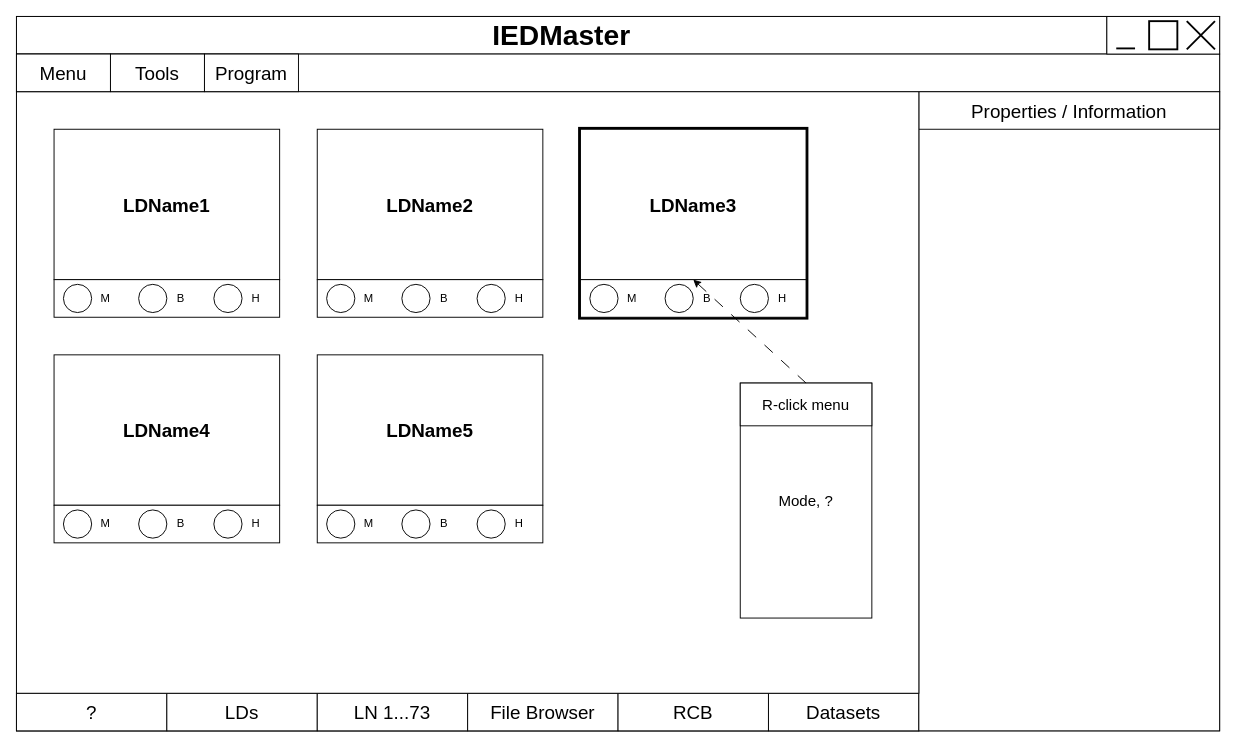
The draw.io diagram page "GUI LD" (2 of 11) of docs/Architecture.drawio in Rustam12345m/IEDClient, before the edit. Source tidied: cells renumbered, new cells numbered last; positions are measured from the earlier drawing's top-left corner, leaving out a move shared by most shapes. Both pictures are drawn from the tidied source at 94%, with x=0, y=0 at pixel (16, 16).
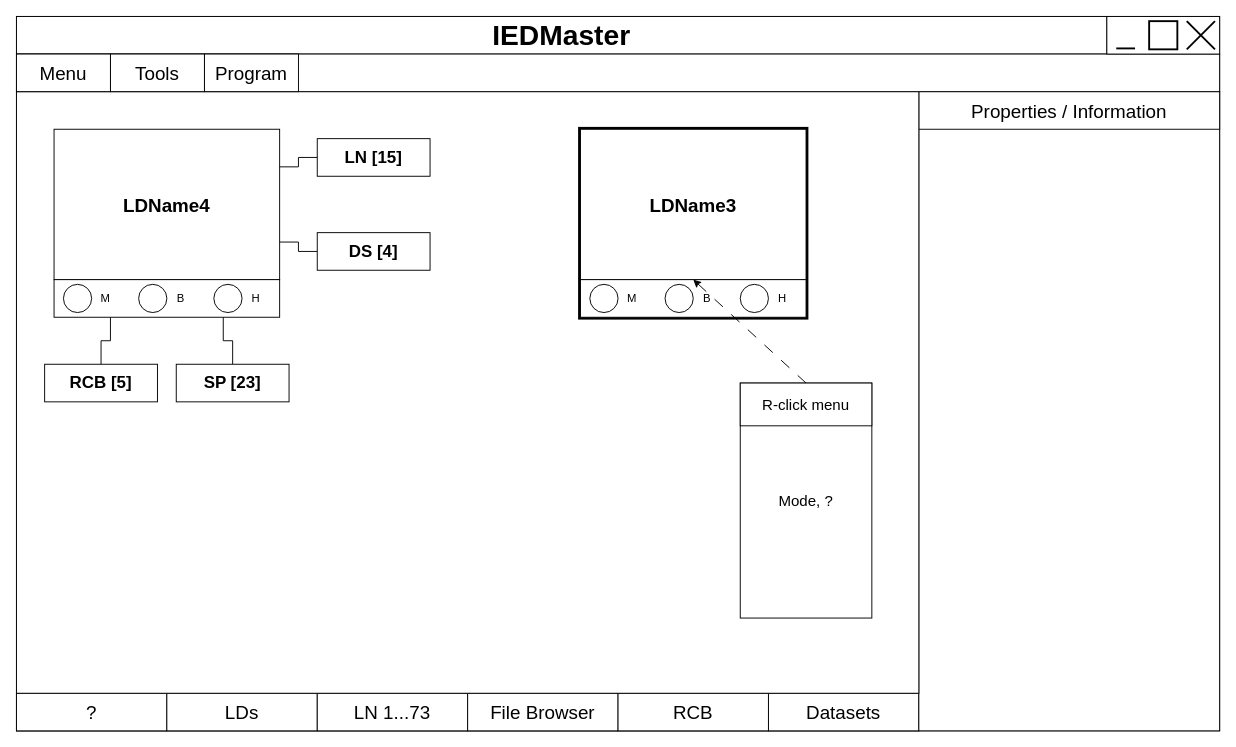
Above is the later version.

Unchanged cells that the change refers to:
```xml
<mxCell id="53" value="&lt;font style=&quot;font-size: 20px;&quot;&gt;&lt;b&gt;LDName3&lt;/b&gt;&lt;/font&gt;" style="rounded=0;whiteSpace=wrap;html=1;" parent="52" vertex="1">
  <mxGeometry width="240" height="160" as="geometry" />
</mxCell>
<mxCell id="65" value="&lt;font style=&quot;font-size: 20px;&quot;&gt;&lt;b&gt;LDName4&lt;/b&gt;&lt;/font&gt;" style="rounded=0;whiteSpace=wrap;html=1;" parent="64" vertex="1">
  <mxGeometry width="240" height="160" as="geometry" />
</mxCell>
<mxCell id="66" style="rounded=0;whiteSpace=wrap;html=1;" parent="64" vertex="1">
  <mxGeometry y="160" width="240" height="40" as="geometry" />
</mxCell>
```

What changed in the source:
```diff
@@
-    <mxCell id="28" style="group;" parent="1" vertex="1">
-      <mxGeometry x="40" y="120" width="240" height="200" as="geometry" />
-    </mxCell>
-    <mxCell id="29" value="&lt;font style=&quot;font-size: 20px;&quot;&gt;&lt;b&gt;LDName1&lt;/b&gt;&lt;/font&gt;" style="rounded=0;whiteSpace=wrap;html=1;" parent="28" vertex="1">
-      <mxGeometry width="240" height="160" as="geometry" />
-    </mxCell>
-    <mxCell id="30" style="rounded=0;whiteSpace=wrap;html=1;" parent="28" vertex="1">
-      <mxGeometry y="160" width="240" height="40" as="geometry" />
-    </mxCell>
-    <mxCell id="31" style="group;" parent="28" vertex="1">
-      <mxGeometry x="10" y="160" width="60" height="40" as="geometry" />
-    </mxCell>
-    <mxCell id="32" style="ellipse;whiteSpace=wrap;html=1;" parent="31" vertex="1">
-      <mxGeometry y="5" width="30" height="30" as="geometry" />
-    </mxCell>
-    <mxCell id="33" value="M" style="text;html=1;strokeColor=none;fillColor=none;align=center;verticalAlign=middle;whiteSpace=wrap;rounded=0;" parent="31" vertex="1">
-      <mxGeometry x="30" width="30" height="40" as="geometry" />
-    </mxCell>
-    <mxCell id="34" style="group;" parent="28" vertex="1">
-      <mxGeometry x="90" y="160" width="60" height="40" as="geometry" />
-    </mxCell>
-    <mxCell id="35" style="ellipse;whiteSpace=wrap;html=1;" parent="34" vertex="1">
-      <mxGeometry y="5" width="30" height="30" as="geometry" />
-    </mxCell>
-    <mxCell id="36" value="B" style="text;html=1;strokeColor=none;fillColor=none;align=center;verticalAlign=middle;whiteSpace=wrap;rounded=0;" parent="34" vertex="1">
-      <mxGeometry x="30" width="30" height="40" as="geometry" />
-    </mxCell>
-    <mxCell id="37" style="group;" parent="28" vertex="1">
-      <mxGeometry x="170" y="160" width="60" height="40" as="geometry" />
-    </mxCell>
-    <mxCell id="38" style="ellipse;whiteSpace=wrap;html=1;" parent="37" vertex="1">
-      <mxGeometry y="5" width="30" height="30" as="geometry" />
-    </mxCell>
-    <mxCell id="39" value="H" style="text;html=1;strokeColor=none;fillColor=none;align=center;verticalAlign=middle;whiteSpace=wrap;rounded=0;" parent="37" vertex="1">
-      <mxGeometry x="30" width="30" height="40" as="geometry" />
-    </mxCell>
-    <mxCell id="40" style="group;" parent="1" vertex="1">
-      <mxGeometry x="320" y="120" width="240" height="200" as="geometry" />
-    </mxCell>
-    <mxCell id="41" value="&lt;font style=&quot;font-size: 20px;&quot;&gt;&lt;b&gt;LDName2&lt;/b&gt;&lt;/font&gt;" style="rounded=0;whiteSpace=wrap;html=1;" parent="40" vertex="1">
-      <mxGeometry width="240" height="160" as="geometry" />
-    </mxCell>
-    <mxCell id="42" style="rounded=0;whiteSpace=wrap;html=1;" parent="40" vertex="1">
-      <mxGeometry y="160" width="240" height="40" as="geometry" />
-    </mxCell>
-    <mxCell id="43" style="group;" parent="40" vertex="1">
-      <mxGeometry x="10" y="160" width="60" height="40" as="geometry" />
-    </mxCell>
-    <mxCell id="44" style="ellipse;whiteSpace=wrap;html=1;" parent="43" vertex="1">
-      <mxGeometry y="5" width="30" height="30" as="geometry" />
-    </mxCell>
-    <mxCell id="45" value="M" style="text;html=1;strokeColor=none;fillColor=none;align=center;verticalAlign=middle;whiteSpace=wrap;rounded=0;" parent="43" vertex="1">
-      <mxGeometry x="30" width="30" height="40" as="geometry" />
-    </mxCell>
-    <mxCell id="46" style="group;" parent="40" vertex="1">
-      <mxGeometry x="90" y="160" width="60" height="40" as="geometry" />
-    </mxCell>
-    <mxCell id="47" style="ellipse;whiteSpace=wrap;html=1;" parent="46" vertex="1">
-      <mxGeometry y="5" width="30" height="30" as="geometry" />
-    </mxCell>
-    <mxCell id="48" value="B" style="text;html=1;strokeColor=none;fillColor=none;align=center;verticalAlign=middle;whiteSpace=wrap;rounded=0;" parent="46" vertex="1">
-      <mxGeometry x="30" width="30" height="40" as="geometry" />
-    </mxCell>
-    <mxCell id="49" style="group;" parent="40" vertex="1">
-      <mxGeometry x="170" y="160" width="60" height="40" as="geometry" />
-    </mxCell>
-    <mxCell id="50" style="ellipse;whiteSpace=wrap;html=1;" parent="49" vertex="1">
-      <mxGeometry y="5" width="30" height="30" as="geometry" />
-    </mxCell>
-    <mxCell id="51" value="H" style="text;html=1;strokeColor=none;fillColor=none;align=center;verticalAlign=middle;whiteSpace=wrap;rounded=0;" parent="49" vertex="1">
-      <mxGeometry x="30" width="30" height="40" as="geometry" />
-    </mxCell>
@@
+    <mxCell id="88" style="group;strokeColor=none;dashed=1;" parent="1" vertex="1">
+      <mxGeometry x="770" y="390" width="140" height="250" as="geometry" />
+    </mxCell>
+    <mxCell id="89" value="&lt;font style=&quot;font-size: 16px;&quot;&gt;Mode, ?&lt;/font&gt;" style="rounded=0;whiteSpace=wrap;html=1;" parent="88" vertex="1">
+      <mxGeometry width="140" height="250" as="geometry" />
+    </mxCell>
+    <mxCell id="90" value="&lt;font style=&quot;font-size: 16px;&quot;&gt;R-click menu&lt;/font&gt;" style="rounded=0;whiteSpace=wrap;html=1;" parent="88" vertex="1">
+      <mxGeometry width="140" height="45.5" as="geometry" />
+    </mxCell>
+    <mxCell id="91" style="rounded=0;jettySize=auto;html=1;exitX=0.5;exitY=0;exitDx=0;exitDy=0;entryX=0.5;entryY=1;entryDx=0;entryDy=0;dashed=1;dashPattern=12 12;" parent="1" edge="1" source="90" target="53">
+      <mxGeometry relative="1" as="geometry" />
+    </mxCell>
+    <mxCell id="92" style="group;" parent="1" vertex="1">
+      <mxGeometry x="30" y="120" width="410" height="290" as="geometry" />
+    </mxCell>
-    <mxCell id="64" style="group;" parent="1" vertex="1">
-      <mxGeometry x="40" y="360" width="240" height="200" as="geometry" />
+    <mxCell id="64" style="group;" parent="92" vertex="1">
+      <mxGeometry x="10" width="240" height="200" as="geometry" />
     </mxCell>
@@
-    <mxCell id="76" style="group;" parent="1" vertex="1">
-      <mxGeometry x="320" y="360" width="240" height="200" as="geometry" />
-    </mxCell>
-    <mxCell id="77" value="&lt;font style=&quot;font-size: 20px;&quot;&gt;&lt;b&gt;LDName5&lt;/b&gt;&lt;/font&gt;" style="rounded=0;whiteSpace=wrap;html=1;" parent="76" vertex="1">
-      <mxGeometry width="240" height="160" as="geometry" />
-    </mxCell>
-    <mxCell id="78" style="rounded=0;whiteSpace=wrap;html=1;" parent="76" vertex="1">
-      <mxGeometry y="160" width="240" height="40" as="geometry" />
-    </mxCell>
-    <mxCell id="79" style="group;" parent="76" vertex="1">
-      <mxGeometry x="10" y="160" width="60" height="40" as="geometry" />
-    </mxCell>
-    <mxCell id="80" style="ellipse;whiteSpace=wrap;html=1;" parent="79" vertex="1">
-      <mxGeometry y="5" width="30" height="30" as="geometry" />
-    </mxCell>
-    <mxCell id="81" value="M" style="text;html=1;strokeColor=none;fillColor=none;align=center;verticalAlign=middle;whiteSpace=wrap;rounded=0;" parent="79" vertex="1">
-      <mxGeometry x="30" width="30" height="40" as="geometry" />
-    </mxCell>
-    <mxCell id="82" style="group;" parent="76" vertex="1">
-      <mxGeometry x="90" y="160" width="60" height="40" as="geometry" />
-    </mxCell>
-    <mxCell id="83" style="ellipse;whiteSpace=wrap;html=1;" parent="82" vertex="1">
-      <mxGeometry y="5" width="30" height="30" as="geometry" />
-    </mxCell>
-    <mxCell id="84" value="B" style="text;html=1;strokeColor=none;fillColor=none;align=center;verticalAlign=middle;whiteSpace=wrap;rounded=0;" parent="82" vertex="1">
-      <mxGeometry x="30" width="30" height="40" as="geometry" />
-    </mxCell>
-    <mxCell id="85" style="group;" parent="76" vertex="1">
-      <mxGeometry x="170" y="160" width="60" height="40" as="geometry" />
-    </mxCell>
-    <mxCell id="86" style="ellipse;whiteSpace=wrap;html=1;" parent="85" vertex="1">
-      <mxGeometry y="5" width="30" height="30" as="geometry" />
-    </mxCell>
-    <mxCell id="87" value="H" style="text;html=1;strokeColor=none;fillColor=none;align=center;verticalAlign=middle;whiteSpace=wrap;rounded=0;" parent="85" vertex="1">
-      <mxGeometry x="30" width="30" height="40" as="geometry" />
-    </mxCell>
-    <mxCell id="88" style="group;strokeColor=none;dashed=1;" parent="1" vertex="1">
-      <mxGeometry x="770" y="390" width="140" height="250" as="geometry" />
-    </mxCell>
-    <mxCell id="89" value="&lt;font style=&quot;font-size: 16px;&quot;&gt;Mode, ?&lt;/font&gt;" style="rounded=0;whiteSpace=wrap;html=1;" parent="88" vertex="1">
-      <mxGeometry width="140" height="250" as="geometry" />
-    </mxCell>
-    <mxCell id="90" value="&lt;font style=&quot;font-size: 16px;&quot;&gt;R-click menu&lt;/font&gt;" style="rounded=0;whiteSpace=wrap;html=1;" parent="88" vertex="1">
-      <mxGeometry width="140" height="45.5" as="geometry" />
-    </mxCell>
-    <mxCell id="91" style="rounded=0;jettySize=auto;html=1;exitX=0.5;exitY=0;exitDx=0;exitDy=0;entryX=0.5;entryY=1;entryDx=0;entryDy=0;dashed=1;dashPattern=12 12;" parent="1" edge="1" source="90" target="53">
-      <mxGeometry relative="1" as="geometry" />
-    </mxCell>
+    <mxCell id="93" value="&lt;font style=&quot;font-size: 18px;&quot;&gt;&lt;b&gt;LN [15]&lt;/b&gt;&lt;/font&gt;" style="rounded=0;whiteSpace=wrap;html=1;" parent="92" vertex="1">
+      <mxGeometry x="290" y="10" width="120" height="40" as="geometry" />
+    </mxCell>
+    <mxCell id="94" style="edgeStyle=orthogonalEdgeStyle;rounded=0;jettySize=auto;html=1;exitX=1;exitY=0.25;exitDx=0;exitDy=0;entryX=0;entryY=0.5;entryDx=0;entryDy=0;endArrow=none;endFill=0;" parent="92" edge="1" source="65" target="93">
+      <mxGeometry relative="1" as="geometry" />
+    </mxCell>
+    <mxCell id="95" value="&lt;font style=&quot;font-size: 18px;&quot;&gt;&lt;b&gt;DS [4]&lt;/b&gt;&lt;/font&gt;" style="rounded=0;whiteSpace=wrap;html=1;" parent="92" vertex="1">
+      <mxGeometry x="290" y="110" width="120" height="40" as="geometry" />
+    </mxCell>
+    <mxCell id="96" style="edgeStyle=orthogonalEdgeStyle;rounded=0;jettySize=auto;html=1;exitX=1;exitY=0.75;exitDx=0;exitDy=0;entryX=0;entryY=0.5;entryDx=0;entryDy=0;endArrow=none;endFill=0;" parent="92" edge="1" source="65" target="95">
+      <mxGeometry relative="1" as="geometry" />
+    </mxCell>
+    <mxCell id="97" style="edgeStyle=orthogonalEdgeStyle;rounded=0;jettySize=auto;html=1;exitX=0.5;exitY=0;exitDx=0;exitDy=0;entryX=0.25;entryY=1;entryDx=0;entryDy=0;endArrow=none;endFill=0;" parent="92" edge="1" source="98" target="66">
+      <mxGeometry relative="1" as="geometry" />
+    </mxCell>
+    <mxCell id="98" value="&lt;font style=&quot;font-size: 18px;&quot;&gt;&lt;b&gt;RCB [5]&lt;/b&gt;&lt;/font&gt;" style="rounded=0;whiteSpace=wrap;html=1;" parent="92" vertex="1">
+      <mxGeometry y="250" width="120" height="40" as="geometry" />
+    </mxCell>
+    <mxCell id="99" style="edgeStyle=orthogonalEdgeStyle;rounded=0;jettySize=auto;html=1;exitX=0.5;exitY=0;exitDx=0;exitDy=0;entryX=0.75;entryY=1;entryDx=0;entryDy=0;endArrow=none;endFill=0;" parent="92" edge="1" source="100" target="66">
+      <mxGeometry relative="1" as="geometry" />
+    </mxCell>
+    <mxCell id="100" value="&lt;font style=&quot;font-size: 18px;&quot;&gt;&lt;b&gt;SP [23]&lt;/b&gt;&lt;/font&gt;" style="rounded=0;whiteSpace=wrap;html=1;" parent="92" vertex="1">
+      <mxGeometry x="140" y="250" width="120" height="40" as="geometry" />
+    </mxCell>
```
